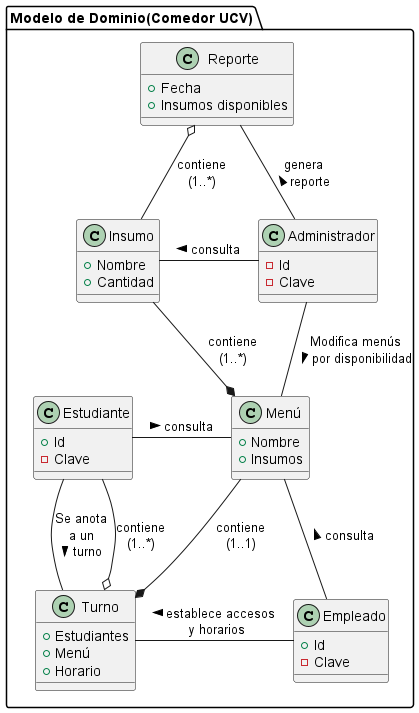
Earlier version of the PlantUML export docs/ModeloDeNegocios/Modelo Del Dominio.png (IsaacTou/IS--8---C1-). Its diagram source:
```plantuml
@startuml Modelo Del Dominio

package "Modelo de Dominio(Comedor UCV)" {
    class Insumo {
        +Nombre
        +Cantidad
    }
    class Administrador {
        -Id
        -Clave
    }
    class Reporte{
        +Fecha
        +Insumos disponibles
    }
    class Estudiante{
        +Id
        -Clave
    }
    class Menú{
        +Nombre
        +Insumos
    }
    class Turno{
        +Estudiantes
        +Menú
        +Horario
    }
    class Empleado{
        +Id
        -Clave
    }
}


Insumo - Administrador : consulta <
Reporte -- Administrador : genera\nreporte <
Reporte  o-- Insumo : contiene\n(1..*)
Insumo --* Menú : contiene\n(1..*)
Administrador -- Menú : Modifica menús\npor disponibilidad >
Estudiante - Menú : consulta >
Estudiante -- Turno : Se anota\n a un \nturno >
Estudiante --o Turno : contiene\n(1..*)
Menú --* Turno : contiene\n(1..1)
Turno - Empleado : < establece accesos\n y horarios
Menú -- Empleado : consulta <

@enduml
```
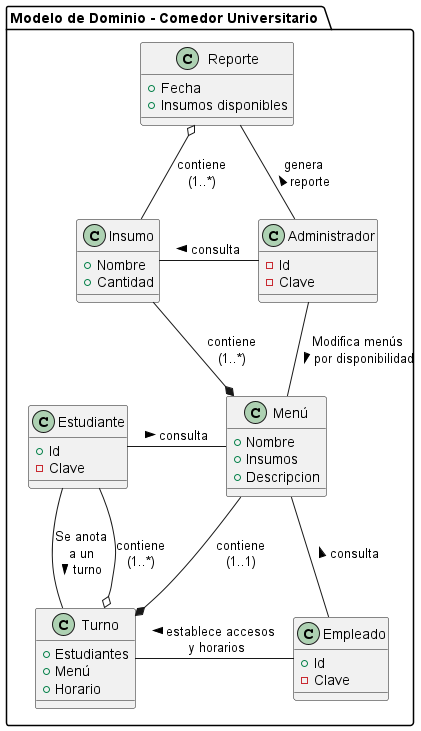
After the commit.

Commit message:
Finalizada la Fase 1 Proyecto (Modelo de Dominio)

Diff of the diagram source:
```diff
@@ -1,6 +1,6 @@
 @startuml Modelo Del Dominio
 
-package "Modelo de Dominio(Comedor UCV)" {
+package "Modelo de Dominio - Comedor Universitario " {
     class Insumo {
         +Nombre
         +Cantidad
@@ -20,6 +20,7 @@
     class Menú{
         +Nombre
         +Insumos
+        +Descripcion
     }
     class Turno{
         +Estudiantes
```
